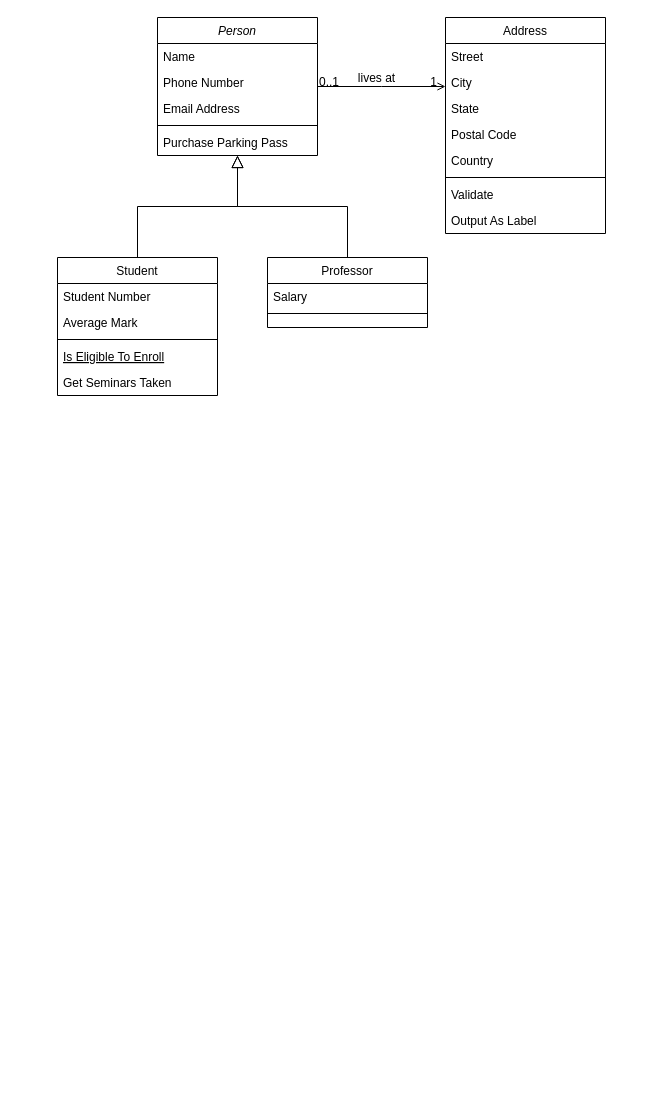
This is page "Page-1" (1 of 2) of P/P3/P3.drawio from DavidAraujo98/AS, a draw.io file, before an edit. Source tidied: cells renumbered, new cells numbered last; positions are measured from the earlier drawing's top-left corner, leaving out a move shared by most shapes. Both pictures are drawn from the tidied source at 100%, with x=0, y=0 at pixel (57, 17).
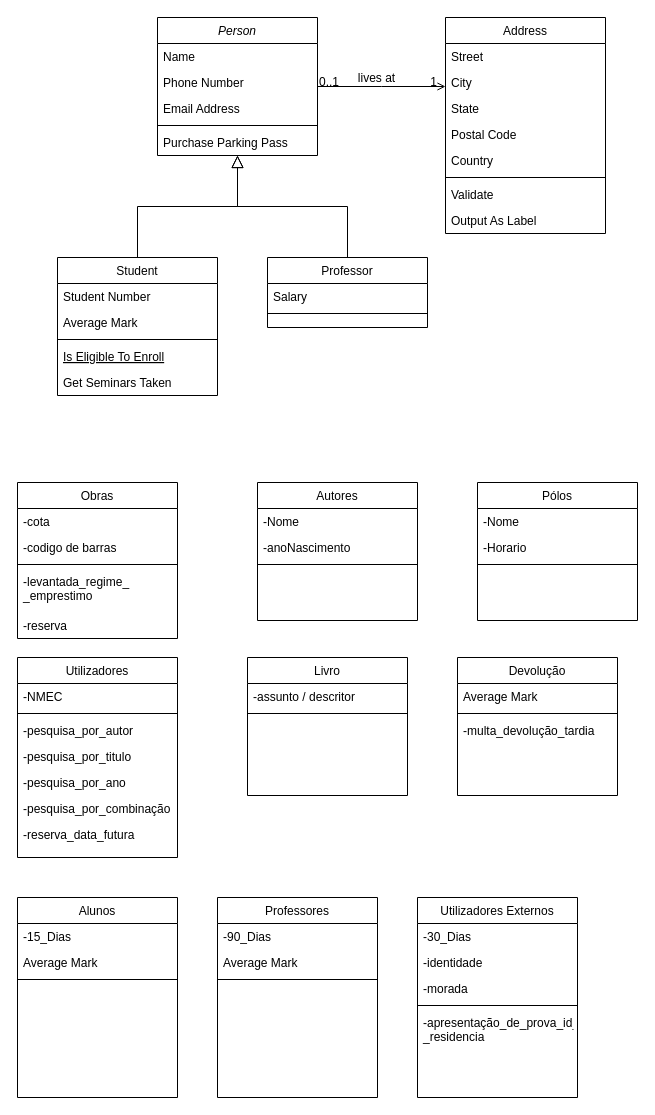
The same page after the edit.

Commit message (it also covers changes not shown here):
draw IO classes para 3.2

What changed in the source:
```diff
@@
+    <mxCell id="32" value="Obras" style="swimlane;fontStyle=0;align=center;verticalAlign=top;horizontal=1;startSize=26;rounded=0;shadow=0;strokeWidth=1;" parent="1" vertex="1">
+      <mxGeometry x="-40" y="465" width="160" height="156" as="geometry" />
+    </mxCell>
+    <mxCell id="33" value="-cota" style="text;align=left;verticalAlign=top;spacingLeft=4;spacingRight=4;overflow=hidden;" parent="32" vertex="1">
+      <mxGeometry y="26" width="160" height="26" as="geometry" />
+    </mxCell>
+    <mxCell id="34" value="-codigo de barras" style="text;align=left;verticalAlign=top;spacingLeft=4;spacingRight=4;overflow=hidden;rounded=0;shadow=0;html=0;" parent="32" vertex="1">
+      <mxGeometry y="52" width="160" height="26" as="geometry" />
+    </mxCell>
+    <mxCell id="35" style="line;html=1;strokeWidth=1;align=left;verticalAlign=middle;spacingTop=-1;spacingLeft=3;spacingRight=3;labelPosition=right;" parent="32" vertex="1">
+      <mxGeometry y="78" width="160" height="8" as="geometry" />
+    </mxCell>
+    <mxCell id="36" value="-levantada_regime_&#10;_emprestimo" style="text;align=left;verticalAlign=top;spacingLeft=4;spacingRight=4;overflow=hidden;" parent="32" vertex="1">
+      <mxGeometry y="86" width="160" height="44" as="geometry" />
+    </mxCell>
+    <mxCell id="37" value="-reserva" style="text;align=left;verticalAlign=top;spacingLeft=4;spacingRight=4;overflow=hidden;rounded=0;shadow=0;html=0;" parent="32" vertex="1">
+      <mxGeometry y="130" width="160" height="26" as="geometry" />
+    </mxCell>
+    <mxCell id="38" value="Autores" style="swimlane;fontStyle=0;align=center;verticalAlign=top;horizontal=1;startSize=26;rounded=0;shadow=0;strokeWidth=1;" parent="1" vertex="1">
+      <mxGeometry x="200" y="465" width="160" height="138" as="geometry" />
+    </mxCell>
+    <mxCell id="39" value="-Nome" style="text;align=left;verticalAlign=top;spacingLeft=4;spacingRight=4;overflow=hidden;" parent="38" vertex="1">
+      <mxGeometry y="26" width="160" height="26" as="geometry" />
+    </mxCell>
+    <mxCell id="40" value="-anoNascimento" style="text;align=left;verticalAlign=top;spacingLeft=4;spacingRight=4;overflow=hidden;rounded=0;shadow=0;html=0;" parent="38" vertex="1">
+      <mxGeometry y="52" width="160" height="26" as="geometry" />
+    </mxCell>
+    <mxCell id="41" style="line;html=1;strokeWidth=1;align=left;verticalAlign=middle;spacingTop=-1;spacingLeft=3;spacingRight=3;labelPosition=right;" parent="38" vertex="1">
+      <mxGeometry y="78" width="160" height="8" as="geometry" />
+    </mxCell>
+    <mxCell id="42" value="Utilizadores" style="swimlane;fontStyle=0;align=center;verticalAlign=top;horizontal=1;startSize=26;rounded=0;shadow=0;strokeWidth=1;" parent="1" vertex="1">
+      <mxGeometry x="-40" y="640" width="160" height="200" as="geometry" />
+    </mxCell>
+    <mxCell id="43" value="-NMEC" style="text;align=left;verticalAlign=top;spacingLeft=4;spacingRight=4;overflow=hidden;" parent="42" vertex="1">
+      <mxGeometry y="26" width="160" height="26" as="geometry" />
+    </mxCell>
+    <mxCell id="44" style="line;html=1;strokeWidth=1;align=left;verticalAlign=middle;spacingTop=-1;spacingLeft=3;spacingRight=3;labelPosition=right;" parent="42" vertex="1">
+      <mxGeometry y="52" width="160" height="8" as="geometry" />
+    </mxCell>
+    <mxCell id="45" value="-pesquisa_por_autor" style="text;align=left;verticalAlign=top;spacingLeft=4;spacingRight=4;overflow=hidden;" parent="42" vertex="1">
+      <mxGeometry y="60" width="160" height="26" as="geometry" />
+    </mxCell>
+    <mxCell id="46" value="-pesquisa_por_titulo" style="text;align=left;verticalAlign=top;spacingLeft=4;spacingRight=4;overflow=hidden;" parent="42" vertex="1">
+      <mxGeometry y="86" width="160" height="26" as="geometry" />
+    </mxCell>
+    <mxCell id="47" value="-pesquisa_por_ano" style="text;align=left;verticalAlign=top;spacingLeft=4;spacingRight=4;overflow=hidden;" parent="42" vertex="1">
+      <mxGeometry y="112" width="160" height="26" as="geometry" />
+    </mxCell>
+    <mxCell id="48" value="-pesquisa_por_combinação" style="text;align=left;verticalAlign=top;spacingLeft=4;spacingRight=4;overflow=hidden;" parent="42" vertex="1">
+      <mxGeometry y="138" width="160" height="26" as="geometry" />
+    </mxCell>
+    <mxCell id="49" value="-reserva_data_futura" style="text;align=left;verticalAlign=top;spacingLeft=4;spacingRight=4;overflow=hidden;" parent="42" vertex="1">
+      <mxGeometry y="164" width="160" height="26" as="geometry" />
+    </mxCell>
+    <mxCell id="50" value="Livro" style="swimlane;fontStyle=0;align=center;verticalAlign=top;horizontal=1;startSize=26;rounded=0;shadow=0;strokeWidth=1;" parent="1" vertex="1">
+      <mxGeometry x="190" y="640" width="160" height="138" as="geometry" />
+    </mxCell>
+    <mxCell id="51" value="-assunto / descritor" style="text;align=left;verticalAlign=top;spacingLeft=4;spacingRight=4;overflow=hidden;" parent="50" vertex="1">
+      <mxGeometry y="26" width="160" height="26" as="geometry" />
+    </mxCell>
+    <mxCell id="52" style="line;html=1;strokeWidth=1;align=left;verticalAlign=middle;spacingTop=-1;spacingLeft=3;spacingRight=3;labelPosition=right;" parent="50" vertex="1">
+      <mxGeometry y="52" width="160" height="8" as="geometry" />
+    </mxCell>
+    <mxCell id="53" value="Alunos" style="swimlane;fontStyle=0;align=center;verticalAlign=top;horizontal=1;startSize=26;rounded=0;shadow=0;strokeWidth=1;" parent="1" vertex="1">
+      <mxGeometry x="-40" y="880" width="160" height="200" as="geometry" />
+    </mxCell>
+    <mxCell id="54" value="-15_Dias" style="text;align=left;verticalAlign=top;spacingLeft=4;spacingRight=4;overflow=hidden;" parent="53" vertex="1">
+      <mxGeometry y="26" width="160" height="26" as="geometry" />
+    </mxCell>
+    <mxCell id="55" value="Average Mark" style="text;align=left;verticalAlign=top;spacingLeft=4;spacingRight=4;overflow=hidden;rounded=0;shadow=0;html=0;" parent="53" vertex="1">
+      <mxGeometry y="52" width="160" height="26" as="geometry" />
+    </mxCell>
+    <mxCell id="56" style="line;html=1;strokeWidth=1;align=left;verticalAlign=middle;spacingTop=-1;spacingLeft=3;spacingRight=3;labelPosition=right;" parent="53" vertex="1">
+      <mxGeometry y="78" width="160" height="8" as="geometry" />
+    </mxCell>
+    <mxCell id="57" value="Professores" style="swimlane;fontStyle=0;align=center;verticalAlign=top;horizontal=1;startSize=26;rounded=0;shadow=0;strokeWidth=1;" parent="1" vertex="1">
+      <mxGeometry x="160" y="880" width="160" height="200" as="geometry" />
+    </mxCell>
+    <mxCell id="58" value="-90_Dias" style="text;align=left;verticalAlign=top;spacingLeft=4;spacingRight=4;overflow=hidden;" parent="57" vertex="1">
+      <mxGeometry y="26" width="160" height="26" as="geometry" />
+    </mxCell>
+    <mxCell id="59" value="Average Mark" style="text;align=left;verticalAlign=top;spacingLeft=4;spacingRight=4;overflow=hidden;rounded=0;shadow=0;html=0;" parent="57" vertex="1">
+      <mxGeometry y="52" width="160" height="26" as="geometry" />
+    </mxCell>
+    <mxCell id="60" style="line;html=1;strokeWidth=1;align=left;verticalAlign=middle;spacingTop=-1;spacingLeft=3;spacingRight=3;labelPosition=right;" parent="57" vertex="1">
+      <mxGeometry y="78" width="160" height="8" as="geometry" />
+    </mxCell>
+    <mxCell id="61" value="Utilizadores Externos" style="swimlane;fontStyle=0;align=center;verticalAlign=top;horizontal=1;startSize=26;rounded=0;shadow=0;strokeWidth=1;" parent="1" vertex="1">
+      <mxGeometry x="360" y="880" width="160" height="200" as="geometry" />
+    </mxCell>
+    <mxCell id="62" value="-30_Dias" style="text;align=left;verticalAlign=top;spacingLeft=4;spacingRight=4;overflow=hidden;" parent="61" vertex="1">
+      <mxGeometry y="26" width="160" height="26" as="geometry" />
+    </mxCell>
+    <mxCell id="63" value="-identidade" style="text;align=left;verticalAlign=top;spacingLeft=4;spacingRight=4;overflow=hidden;rounded=0;shadow=0;html=0;" parent="61" vertex="1">
+      <mxGeometry y="52" width="160" height="26" as="geometry" />
+    </mxCell>
+    <mxCell id="64" value="-morada" style="text;align=left;verticalAlign=top;spacingLeft=4;spacingRight=4;overflow=hidden;rounded=0;shadow=0;html=0;" parent="61" vertex="1">
+      <mxGeometry y="78" width="160" height="26" as="geometry" />
+    </mxCell>
+    <mxCell id="65" style="line;html=1;strokeWidth=1;align=left;verticalAlign=middle;spacingTop=-1;spacingLeft=3;spacingRight=3;labelPosition=right;" parent="61" vertex="1">
+      <mxGeometry y="104" width="160" height="8" as="geometry" />
+    </mxCell>
+    <mxCell id="66" value="-apresentação_de_prova_id_&#10;_residencia" style="text;align=left;verticalAlign=top;spacingLeft=4;spacingRight=4;overflow=hidden;rounded=0;shadow=0;html=0;" parent="61" vertex="1">
+      <mxGeometry y="112" width="160" height="38" as="geometry" />
+    </mxCell>
+    <mxCell id="67" value="Devolução" style="swimlane;fontStyle=0;align=center;verticalAlign=top;horizontal=1;startSize=26;rounded=0;shadow=0;strokeWidth=1;" parent="1" vertex="1">
+      <mxGeometry x="400" y="640" width="160" height="138" as="geometry" />
+    </mxCell>
+    <mxCell id="68" value="Average Mark" style="text;align=left;verticalAlign=top;spacingLeft=4;spacingRight=4;overflow=hidden;rounded=0;shadow=0;html=0;" parent="67" vertex="1">
+      <mxGeometry y="26" width="160" height="26" as="geometry" />
+    </mxCell>
+    <mxCell id="69" style="line;html=1;strokeWidth=1;align=left;verticalAlign=middle;spacingTop=-1;spacingLeft=3;spacingRight=3;labelPosition=right;" parent="67" vertex="1">
+      <mxGeometry y="52" width="160" height="8" as="geometry" />
+    </mxCell>
+    <mxCell id="70" value="-multa_devolução_tardia" style="text;align=left;verticalAlign=top;spacingLeft=4;spacingRight=4;overflow=hidden;" parent="67" vertex="1">
+      <mxGeometry y="60" width="160" height="26" as="geometry" />
+    </mxCell>
+    <mxCell id="71" value="Pólos" style="swimlane;fontStyle=0;align=center;verticalAlign=top;horizontal=1;startSize=26;rounded=0;shadow=0;strokeWidth=1;" parent="1" vertex="1">
+      <mxGeometry x="420" y="465" width="160" height="138" as="geometry" />
+    </mxCell>
+    <mxCell id="72" value="-Nome" style="text;align=left;verticalAlign=top;spacingLeft=4;spacingRight=4;overflow=hidden;" parent="71" vertex="1">
+      <mxGeometry y="26" width="160" height="26" as="geometry" />
+    </mxCell>
+    <mxCell id="73" value="-Horario" style="text;align=left;verticalAlign=top;spacingLeft=4;spacingRight=4;overflow=hidden;rounded=0;shadow=0;html=0;" parent="71" vertex="1">
+      <mxGeometry y="52" width="160" height="26" as="geometry" />
+    </mxCell>
+    <mxCell id="74" style="line;html=1;strokeWidth=1;align=left;verticalAlign=middle;spacingTop=-1;spacingLeft=3;spacingRight=3;labelPosition=right;" parent="71" vertex="1">
+      <mxGeometry y="78" width="160" height="8" as="geometry" />
+    </mxCell>
```
